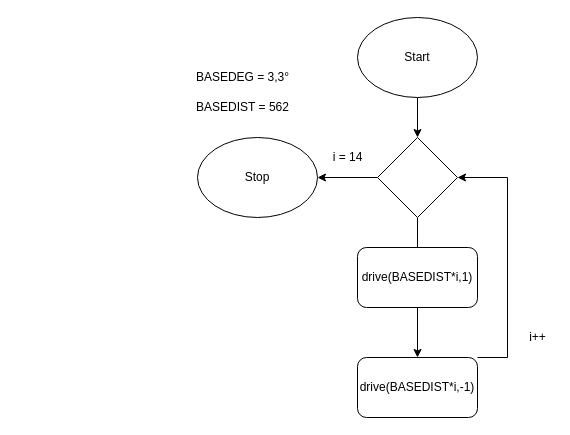
Before: verkefni1/verkefni1c.drawio in Davygod/ROBO2RG05AU-1, a draw.io diagram. Source tidied: cells renumbered, new cells numbered last; positions are measured from the earlier drawing's top-left corner, leaving out a move shared by most shapes. Both pictures are drawn from the tidied source at 100%, with x=0, y=0 at pixel (187, 17).
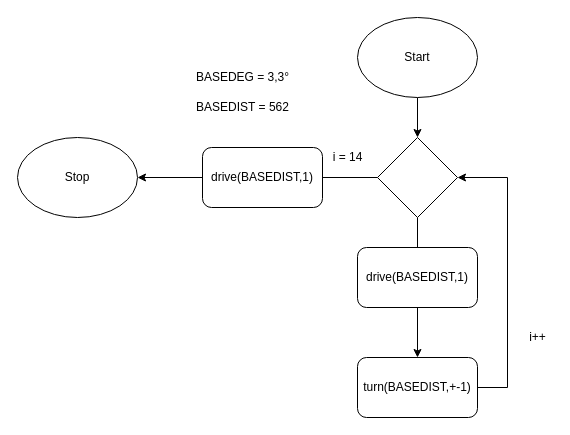
The same diagram, later.

Change to the diagram source:
```diff
@@
 <mxGraphModel>
   <root>
     <mxCell id="0" />
     <mxCell id="1" parent="0" />
     <mxCell id="2" style="edgeStyle=orthogonalEdgeStyle;rounded=0;jettySize=auto;html=1;" parent="1" edge="1" source="3" target="6">
       <mxGeometry relative="1" as="geometry" />
     </mxCell>
     <mxCell id="3" value="Start" style="ellipse;whiteSpace=wrap;html=1;" parent="1" vertex="1">
       <mxGeometry x="170" width="120" height="80" as="geometry" />
     </mxCell>
-    <mxCell id="4" style="edgeStyle=orthogonalEdgeStyle;rounded=0;jettySize=auto;html=1;" parent="1" edge="1" source="6" target="12">
+    <mxCell id="4" style="edgeStyle=orthogonalEdgeStyle;rounded=0;jettySize=auto;html=1;startArrow=none;" parent="1" edge="1" source="15" target="12">
       <mxGeometry relative="1" as="geometry" />
     </mxCell>
     <mxCell id="5" style="edgeStyle=orthogonalEdgeStyle;rounded=0;jettySize=auto;html=1;" parent="1" edge="1" source="6" target="9">
       <mxGeometry relative="1" as="geometry" />
     </mxCell>
     <mxCell id="6" style="rhombus;whiteSpace=wrap;html=1;" parent="1" vertex="1">
       <mxGeometry x="190" y="120" width="80" height="80" as="geometry" />
     </mxCell>
-    <mxCell id="7" value="drive(BASEDIST*i,1)" style="rounded=1;whiteSpace=wrap;html=1;" parent="1" vertex="1">
+    <mxCell id="7" value="drive(BASEDIST,1)" style="rounded=1;whiteSpace=wrap;html=1;" parent="1" vertex="1">
       <mxGeometry x="170" y="230" width="120" height="60" as="geometry" />
     </mxCell>
-    <mxCell id="8" style="edgeStyle=orthogonalEdgeStyle;rounded=0;jettySize=auto;html=1;entryX=1;entryY=0.5;entryDx=0;entryDy=0;" parent="1" edge="1" source="9" target="6">
+    <mxCell id="8" style="edgeStyle=orthogonalEdgeStyle;rounded=0;jettySize=auto;html=1;entryX=1;entryY=0.5;entryDx=0;entryDy=0;exitX=1;exitY=0.5;exitDx=0;exitDy=0;" parent="1" edge="1" source="9" target="6">
       <mxGeometry relative="1" as="geometry">
         <Array as="points">
-          <mxPoint x="320" y="340" />
+          <mxPoint x="320" y="370" />
           <mxPoint x="320" y="160" />
         </Array>
       </mxGeometry>
     </mxCell>
-    <mxCell id="9" value="drive(BASEDIST*i,-1)" style="rounded=1;whiteSpace=wrap;html=1;" parent="1" vertex="1">
+    <mxCell id="9" value="turn(BASEDIST,+-1)" style="rounded=1;whiteSpace=wrap;html=1;" parent="1" vertex="1">
       <mxGeometry x="170" y="340" width="120" height="60" as="geometry" />
     </mxCell>
     <mxCell id="10" value="BASEDIST = 562" style="text;html=1;align=center;verticalAlign=middle;strokeColor=none;" parent="1" vertex="1">
       <mxGeometry y="80" width="110" height="20" as="geometry" />
     </mxCell>
     <mxCell id="11" value="i = 14" style="text;html=1;align=center;verticalAlign=middle;strokeColor=none;" parent="1" vertex="1">
       <mxGeometry x="135" y="130" width="50" height="20" as="geometry" />
     </mxCell>
     <mxCell id="12" value="Stop" style="ellipse;whiteSpace=wrap;html=1;" parent="1" vertex="1">
-      <mxGeometry x="10" y="120" width="120" height="80" as="geometry" />
+      <mxGeometry x="-170" y="120" width="120" height="80" as="geometry" />
     </mxCell>
     <mxCell id="13" value="i++" style="text;html=1;align=center;verticalAlign=middle;strokeColor=none;" parent="1" vertex="1">
       <mxGeometry x="335" y="310" width="30" height="20" as="geometry" />
     </mxCell>
     <mxCell id="14" value="BASEDEG = 3,3°" style="text;html=1;align=center;verticalAlign=middle;strokeColor=none;" parent="1" vertex="1">
       <mxGeometry y="50" width="110" height="20" as="geometry" />
     </mxCell>
+    <mxCell id="15" value="&lt;span&gt;drive(BASEDIST,1)&lt;/span&gt;" style="rounded=1;whiteSpace=wrap;html=1;" parent="1" vertex="1">
+      <mxGeometry x="15" y="130" width="120" height="60" as="geometry" />
+    </mxCell>
+    <mxCell id="16" style="edgeStyle=orthogonalEdgeStyle;rounded=0;jettySize=auto;html=1;endArrow=none;" parent="1" edge="1" source="6" target="15">
+      <mxGeometry relative="1" as="geometry" />
+    </mxCell>
   </root>
 </mxGraphModel>
```
